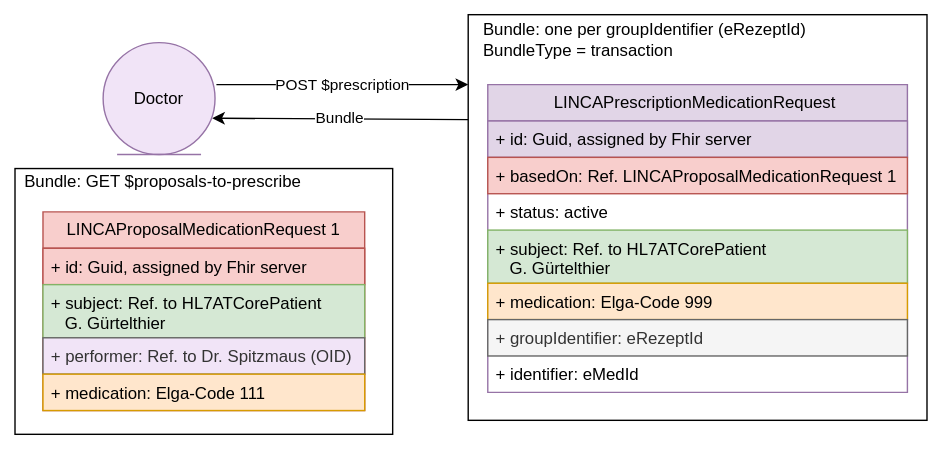
The draw.io diagram r5-LinkedCare-dev/UserStory_011_diagram.svg in HL7Austria/hl7austria.github.io, before a commit. Source tidied: cells renumbered, new cells last; positions are measured from the earlier drawing's top-left corner, leaving out a move shared by most shapes.
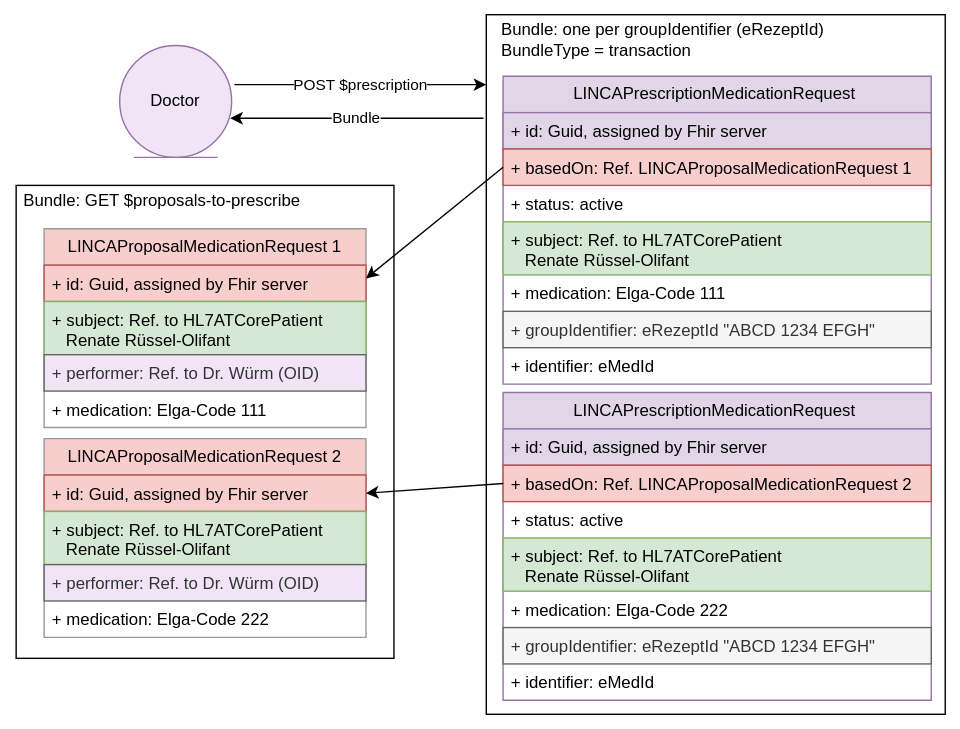
After the commit.

Diff of the diagram source:
```diff
@@ -2,11 +2,11 @@
   <root>
     <mxCell id="0" />
     <mxCell id="1" parent="0" />
-    <mxCell id="2" style="rounded=0;whiteSpace=wrap;html=1;" parent="1" vertex="1">
-      <mxGeometry x="324" width="328" height="290" as="geometry" />
-    </mxCell>
+    <mxCell id="22" style="rounded=0;whiteSpace=wrap;html=1;" parent="1" vertex="1">
+      <mxGeometry x="324" width="328" height="500" as="geometry" />
+    </mxCell>
     <mxCell id="3" style="rounded=0;whiteSpace=wrap;html=1;" parent="1" vertex="1">
-      <mxGeometry y="110" width="270" height="190" as="geometry" />
+      <mxGeometry x="-12" y="122" width="270" height="338" as="geometry" />
     </mxCell>
     <mxCell id="4" value="POST $prescription" style="endArrow=classic;html=1;rounded=0;" parent="1" edge="1">
       <mxGeometry relative="1" as="geometry">
@@ -15,58 +15,103 @@
       </mxGeometry>
     </mxCell>
     <mxCell id="5" value="LINCAPrescriptionMedicationRequest&amp;nbsp;" style="swimlane;fontStyle=0;horizontal=1;startSize=26;fillColor=#e1d5e7;whiteSpace=wrap;html=1;strokeColor=#9673a6;" parent="1" vertex="1">
-      <mxGeometry x="338" y="50" width="300" height="220" as="geometry" />
+      <mxGeometry x="336" y="44" width="306" height="220" as="geometry" />
     </mxCell>
     <mxCell id="6" value="+ id: Guid, assigned by Fhir server" style="text;strokeColor=#9673a6;fillColor=#e1d5e7;align=left;verticalAlign=top;spacingLeft=4;spacingRight=4;overflow=hidden;whiteSpace=wrap;html=1;" parent="5" vertex="1">
-      <mxGeometry y="26" width="300" height="26" as="geometry" />
+      <mxGeometry y="26" width="306" height="26" as="geometry" />
     </mxCell>
     <mxCell id="7" value="+ basedOn: Ref. LINCAProposalMedicationRequest 1" style="text;strokeColor=#b85450;fillColor=#f8cecc;align=left;verticalAlign=top;spacingLeft=4;spacingRight=4;overflow=hidden;points=[[0,0.5],[1,0.5]];portConstraint=eastwest;whiteSpace=wrap;html=1;" parent="5" vertex="1">
-      <mxGeometry y="52" width="300" height="26" as="geometry" />
+      <mxGeometry y="52" width="306" height="26" as="geometry" />
     </mxCell>
     <mxCell id="8" value="+ status: active" style="text;align=left;verticalAlign=top;spacingLeft=4;spacingRight=4;overflow=hidden;whiteSpace=wrap;html=1;" parent="5" vertex="1">
-      <mxGeometry y="78" width="300" height="26" as="geometry" />
+      <mxGeometry y="78" width="306" height="26" as="geometry" />
     </mxCell>
-    <mxCell id="9" value="+ subject: Ref. to HL7ATCorePatient&amp;nbsp; &lt;br&gt;&amp;nbsp; &amp;nbsp;G. Gürtelthier" style="text;strokeColor=#82b366;fillColor=#d5e8d4;align=left;verticalAlign=top;spacingLeft=4;spacingRight=4;overflow=hidden;whiteSpace=wrap;html=1;" parent="5" vertex="1">
-      <mxGeometry y="104" width="300" height="38" as="geometry" />
-    </mxCell>
+    <mxCell id="23" value="+ subject: Ref. to HL7ATCorePatient&amp;nbsp; &lt;br&gt;&amp;nbsp; &amp;nbsp;Renate Rüssel-Olifant" style="text;strokeColor=#82b366;fillColor=#d5e8d4;align=left;verticalAlign=top;spacingLeft=4;spacingRight=4;overflow=hidden;whiteSpace=wrap;html=1;" parent="5" vertex="1">
+      <mxGeometry y="104" width="306" height="38" as="geometry" />
+    </mxCell>
-    <mxCell id="10" value="+ medication: Elga-Code 999" style="text;align=left;verticalAlign=top;spacingLeft=4;spacingRight=4;overflow=hidden;whiteSpace=wrap;html=1;fillColor=#ffe6cc;strokeColor=#d79b00;" parent="5" vertex="1">
-      <mxGeometry y="142" width="300" height="26" as="geometry" />
+    <mxCell id="10" value="+ medication: Elga-Code 111" style="text;align=left;verticalAlign=top;spacingLeft=4;spacingRight=4;overflow=hidden;whiteSpace=wrap;html=1;" parent="5" vertex="1">
+      <mxGeometry y="142" width="306" height="26" as="geometry" />
     </mxCell>
-    <mxCell id="11" value="+ groupIdentifier: eRezeptId" style="text;align=left;verticalAlign=top;spacingLeft=4;spacingRight=4;overflow=hidden;whiteSpace=wrap;html=1;fillColor=#f5f5f5;fontColor=#333333;strokeColor=#666666;" parent="5" vertex="1">
-      <mxGeometry y="168" width="300" height="26" as="geometry" />
+    <mxCell id="11" value="+ groupIdentifier: eRezeptId &quot;ABCD 1234 EFGH&quot;" style="text;align=left;verticalAlign=top;spacingLeft=4;spacingRight=4;overflow=hidden;whiteSpace=wrap;html=1;fillColor=#f5f5f5;fontColor=#333333;strokeColor=#666666;" parent="5" vertex="1">
+      <mxGeometry y="168" width="306" height="26" as="geometry" />
     </mxCell>
     <mxCell id="12" value="+ identifier: eMedId" style="text;align=left;verticalAlign=top;spacingLeft=4;spacingRight=4;overflow=hidden;whiteSpace=wrap;html=1;" parent="5" vertex="1">
-      <mxGeometry y="194" width="300" height="26" as="geometry" />
+      <mxGeometry y="194" width="306" height="26" as="geometry" />
     </mxCell>
     <mxCell id="13" value="Bundle" style="endArrow=classic;html=1;rounded=0;" parent="1" edge="1">
-      <mxGeometry relative="1" as="geometry">
-        <mxPoint x="324" y="75" as="sourcePoint" />
+      <mxGeometry x="0.01" relative="1" as="geometry">
+        <mxPoint x="322" y="74" as="sourcePoint" />
         <mxPoint x="141" y="74" as="targetPoint" />
       </mxGeometry>
     </mxCell>
-    <mxCell id="14" value="LINCAProposalMedicationRequest 1" style="swimlane;fontStyle=0;horizontal=1;startSize=26;fillColor=#f8cecc;whiteSpace=wrap;html=1;strokeColor=#b85450;" parent="1" vertex="1">
-      <mxGeometry x="20" y="141" width="230" height="142" as="geometry" />
+    <mxCell id="14" value="LINCAProposalMedicationRequest 1" style="swimlane;fontStyle=0;horizontal=1;startSize=26;fillColor=#f8cecc;whiteSpace=wrap;html=1;strokeColor=#999999;" parent="1" vertex="1">
+      <mxGeometry x="8" y="153" width="230" height="142" as="geometry" />
     </mxCell>
     <mxCell id="15" value="+ id: Guid, assigned by Fhir server" style="text;strokeColor=#b85450;fillColor=#f8cecc;align=left;verticalAlign=top;spacingLeft=4;spacingRight=4;overflow=hidden;whiteSpace=wrap;html=1;" parent="14" vertex="1">
       <mxGeometry y="26" width="230" height="26" as="geometry" />
     </mxCell>
-    <mxCell id="16" value="+ subject: Ref. to HL7ATCorePatient&amp;nbsp; &lt;br&gt;&amp;nbsp; &amp;nbsp;G. Gürtelthier" style="text;strokeColor=#82b366;fillColor=#d5e8d4;align=left;verticalAlign=top;spacingLeft=4;spacingRight=4;overflow=hidden;whiteSpace=wrap;html=1;" parent="14" vertex="1">
-      <mxGeometry y="52" width="230" height="38" as="geometry" />
-    </mxCell>
+    <mxCell id="24" value="+ subject: Ref. to HL7ATCorePatient&amp;nbsp; &lt;br&gt;&amp;nbsp; &amp;nbsp;Renate Rüssel-Olifant" style="text;strokeColor=#82b366;fillColor=#d5e8d4;align=left;verticalAlign=top;spacingLeft=4;spacingRight=4;overflow=hidden;whiteSpace=wrap;html=1;" parent="14" vertex="1">
+      <mxGeometry y="52" width="230" height="38" as="geometry" />
+    </mxCell>
-    <mxCell id="17" value="+ performer: Ref. to Dr. Spitzmaus (OID)" style="text;strokeColor=#666666;fillColor=#F1E4F7;align=left;verticalAlign=top;spacingLeft=4;spacingRight=4;overflow=hidden;whiteSpace=wrap;html=1;fontColor=#333333;" parent="14" vertex="1">
+    <mxCell id="17" value="+ performer: Ref. to Dr. Würm (OID)" style="text;strokeColor=#666666;fillColor=#F1E4F7;align=left;verticalAlign=top;spacingLeft=4;spacingRight=4;overflow=hidden;whiteSpace=wrap;html=1;fontColor=#333333;" parent="14" vertex="1">
       <mxGeometry y="90" width="230" height="26" as="geometry" />
     </mxCell>
-    <mxCell id="18" value="+ medication: Elga-Code 111" style="text;align=left;verticalAlign=top;spacingLeft=4;spacingRight=4;overflow=hidden;whiteSpace=wrap;html=1;fillColor=#ffe6cc;strokeColor=#d79b00;" parent="14" vertex="1">
+    <mxCell id="18" value="+ medication: Elga-Code 111" style="text;align=left;verticalAlign=top;spacingLeft=4;spacingRight=4;overflow=hidden;whiteSpace=wrap;html=1;" parent="14" vertex="1">
       <mxGeometry y="116" width="230" height="26" as="geometry" />
     </mxCell>
     <mxCell id="19" value="Bundle: GET $proposals-to-prescribe" style="text;html=1;strokeColor=none;fillColor=none;align=center;verticalAlign=middle;whiteSpace=wrap;rounded=0;" parent="1" vertex="1">
-      <mxGeometry y="105" width="212" height="30" as="geometry" />
+      <mxGeometry x="-13" y="118" width="211" height="30" as="geometry" />
     </mxCell>
     <mxCell id="20" value="Doctor" style="ellipse;shape=umlEntity;whiteSpace=wrap;html=1;fillColor=#F1E4F7;strokeColor=#9673a6;" parent="1" vertex="1">
-      <mxGeometry x="63" y="20" width="80" height="80" as="geometry" />
+      <mxGeometry x="62" y="22" width="80" height="80" as="geometry" />
     </mxCell>
     <mxCell id="21" value="Bundle: one per groupIdentifier (eRezeptId)&lt;br&gt;BundleType = transaction" style="text;html=1;strokeColor=none;fillColor=none;align=left;verticalAlign=middle;whiteSpace=wrap;rounded=0;" parent="1" vertex="1">
       <mxGeometry x="333" y="3" width="249" height="30" as="geometry" />
     </mxCell>
+    <mxCell id="25" value="LINCAProposalMedicationRequest 2" style="swimlane;fontStyle=0;horizontal=1;startSize=26;fillColor=#f8cecc;whiteSpace=wrap;html=1;strokeColor=#999999;" parent="1" vertex="1">
+      <mxGeometry x="8" y="303" width="230" height="142" as="geometry" />
+    </mxCell>
+    <mxCell id="26" value="+ id: Guid, assigned by Fhir server" style="text;strokeColor=#b85450;fillColor=#f8cecc;align=left;verticalAlign=top;spacingLeft=4;spacingRight=4;overflow=hidden;points=[[0,0.5],[1,0.5]];portConstraint=eastwest;whiteSpace=wrap;html=1;" parent="25" vertex="1">
+      <mxGeometry y="26" width="230" height="26" as="geometry" />
+    </mxCell>
+    <mxCell id="27" value="+ subject: Ref. to HL7ATCorePatient&amp;nbsp; &lt;br&gt;&amp;nbsp; &amp;nbsp;Renate Rüssel-Olifant" style="text;strokeColor=#82b366;fillColor=#d5e8d4;align=left;verticalAlign=top;spacingLeft=4;spacingRight=4;overflow=hidden;whiteSpace=wrap;html=1;" parent="25" vertex="1">
+      <mxGeometry y="52" width="230" height="38" as="geometry" />
+    </mxCell>
+    <mxCell id="28" value="+ performer: Ref. to Dr. Würm (OID)" style="text;strokeColor=#666666;fillColor=#F1E4F7;align=left;verticalAlign=top;spacingLeft=4;spacingRight=4;overflow=hidden;whiteSpace=wrap;html=1;fontColor=#333333;" parent="25" vertex="1">
+      <mxGeometry y="90" width="230" height="26" as="geometry" />
+    </mxCell>
+    <mxCell id="29" value="+ medication: Elga-Code 222" style="text;align=left;verticalAlign=top;spacingLeft=4;spacingRight=4;overflow=hidden;whiteSpace=wrap;html=1;" parent="25" vertex="1">
+      <mxGeometry y="116" width="230" height="26" as="geometry" />
+    </mxCell>
+    <mxCell id="30" value="LINCAPrescriptionMedicationRequest&amp;nbsp;" style="swimlane;fontStyle=0;horizontal=1;startSize=26;fillColor=#e1d5e7;whiteSpace=wrap;html=1;strokeColor=#9673a6;" parent="1" vertex="1">
+      <mxGeometry x="336" y="270" width="306" height="220" as="geometry" />
+    </mxCell>
+    <mxCell id="31" value="+ id: Guid, assigned by Fhir server" style="text;strokeColor=#9673a6;fillColor=#e1d5e7;align=left;verticalAlign=top;spacingLeft=4;spacingRight=4;overflow=hidden;whiteSpace=wrap;html=1;" parent="30" vertex="1">
+      <mxGeometry y="26" width="306" height="26" as="geometry" />
+    </mxCell>
+    <mxCell id="32" value="+ basedOn: Ref. LINCAProposalMedicationRequest 2" style="text;strokeColor=#b85450;fillColor=#f8cecc;align=left;verticalAlign=top;spacingLeft=4;spacingRight=4;overflow=hidden;points=[[0,0.5],[1,0.5]];portConstraint=eastwest;whiteSpace=wrap;html=1;" parent="30" vertex="1">
+      <mxGeometry y="52" width="306" height="26" as="geometry" />
+    </mxCell>
+    <mxCell id="33" value="+ status: active" style="text;align=left;verticalAlign=top;spacingLeft=4;spacingRight=4;overflow=hidden;whiteSpace=wrap;html=1;" parent="30" vertex="1">
+      <mxGeometry y="78" width="306" height="26" as="geometry" />
+    </mxCell>
+    <mxCell id="34" value="+ subject: Ref. to HL7ATCorePatient&amp;nbsp; &lt;br&gt;&amp;nbsp; &amp;nbsp;Renate Rüssel-Olifant" style="text;strokeColor=#82b366;fillColor=#d5e8d4;align=left;verticalAlign=top;spacingLeft=4;spacingRight=4;overflow=hidden;whiteSpace=wrap;html=1;" parent="30" vertex="1">
+      <mxGeometry y="104" width="306" height="38" as="geometry" />
+    </mxCell>
+    <mxCell id="35" value="+ medication: Elga-Code 222" style="text;align=left;verticalAlign=top;spacingLeft=4;spacingRight=4;overflow=hidden;whiteSpace=wrap;html=1;" parent="30" vertex="1">
+      <mxGeometry y="142" width="306" height="26" as="geometry" />
+    </mxCell>
+    <mxCell id="36" value="+ groupIdentifier: eRezeptId &quot;ABCD 1234 EFGH&quot;" style="text;align=left;verticalAlign=top;spacingLeft=4;spacingRight=4;overflow=hidden;whiteSpace=wrap;html=1;fillColor=#f5f5f5;fontColor=#333333;strokeColor=#666666;" parent="30" vertex="1">
+      <mxGeometry y="168" width="306" height="26" as="geometry" />
+    </mxCell>
+    <mxCell id="37" value="+ identifier: eMedId" style="text;align=left;verticalAlign=top;spacingLeft=4;spacingRight=4;overflow=hidden;whiteSpace=wrap;html=1;" parent="30" vertex="1">
+      <mxGeometry y="194" width="306" height="26" as="geometry" />
+    </mxCell>
+    <mxCell id="38" style="endArrow=classic;html=1;rounded=0;entryX=1;entryY=0.25;entryDx=0;entryDy=0;exitX=0;exitY=0.5;exitDx=0;exitDy=0;" parent="1" edge="1" source="7" target="14">
+      <mxGeometry relative="1" as="geometry" />
+    </mxCell>
+    <mxCell id="39" style="endArrow=classic;html=1;rounded=0;entryX=1;entryY=0.5;entryDx=0;entryDy=0;exitX=0;exitY=0.5;exitDx=0;exitDy=0;" parent="1" edge="1" source="32" target="26">
+      <mxGeometry relative="1" as="geometry" />
+    </mxCell>
   </root>
 </mxGraphModel>
```
